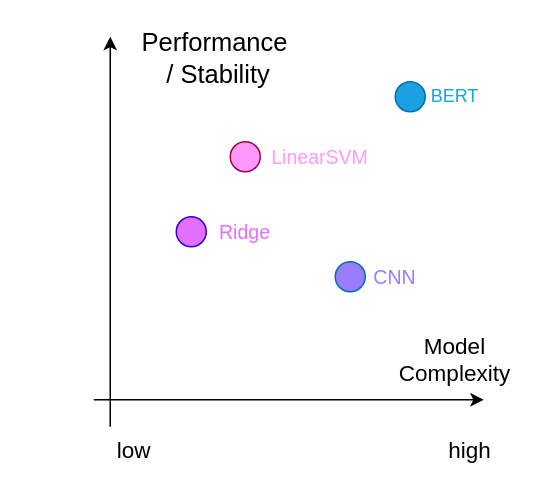
The draw.io diagram page "5.3" (6 of 6) of chart/chapter 3/chapter 3.drawio in ppipppiu/thesis, before the edit. Source tidied: cells renumbered, new cells numbered last; positions are measured from the earlier drawing's top-left corner, leaving out a move shared by most shapes. Both pictures are drawn from the tidied source at 150%, with x=0, y=0 at pixel (86, 36).
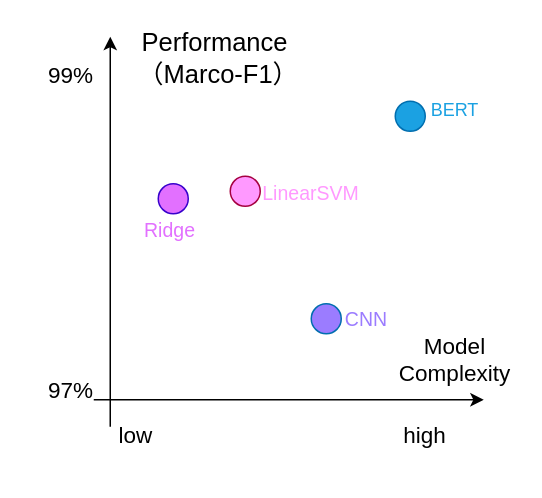
The same page after the edit.

Diff of the diagram source:
```diff
@@
 <mxGraphModel>
   <root>
     <mxCell id="0" />
     <mxCell id="1" parent="0" />
     <mxCell id="2" style="endArrow=classic;html=1;rounded=0;" parent="1" edge="1">
       <mxGeometry relative="1" as="geometry">
         <mxPoint x="5" y="242" as="sourcePoint" />
         <mxPoint x="265" y="242" as="targetPoint" />
       </mxGeometry>
     </mxCell>
     <mxCell id="3" style="endArrow=classic;html=1;rounded=0;" parent="1" edge="1">
       <mxGeometry relative="1" as="geometry">
         <mxPoint x="16" y="260" as="sourcePoint" />
         <mxPoint x="16" as="targetPoint" />
       </mxGeometry>
     </mxCell>
-    <mxCell id="4" value="&lt;font style=&quot;font-size: 17px;&quot;&gt;Performance&lt;/font&gt;&lt;div&gt;&lt;font style=&quot;font-size: 17px;&quot;&gt;&amp;nbsp;/ Stability&lt;/font&gt;&lt;/div&gt;" style="text;html=1;whiteSpace=wrap;strokeColor=none;fillColor=none;align=center;verticalAlign=middle;rounded=0;" parent="1" vertex="1">
+    <mxCell id="4" value="&lt;font style=&quot;font-size: 17px;&quot;&gt;Performance&lt;/font&gt;&lt;div&gt;&lt;font style=&quot;font-size: 17px;&quot;&gt;&amp;nbsp;（Marco-F1）&lt;/font&gt;&lt;/div&gt;" style="text;html=1;whiteSpace=wrap;strokeColor=none;fillColor=none;align=center;verticalAlign=middle;rounded=0;" parent="1" vertex="1">
       <mxGeometry x="26" width="120" height="30" as="geometry" />
     </mxCell>
     <mxCell id="5" value="&lt;font style=&quot;font-size: 15px;&quot;&gt;Model Complexity&lt;/font&gt;" style="text;html=1;whiteSpace=wrap;strokeColor=none;fillColor=none;align=center;verticalAlign=middle;rounded=0;" parent="1" vertex="1">
       <mxGeometry x="216" y="200" width="60" height="30" as="geometry" />
     </mxCell>
-    <mxCell id="6" value="&lt;font style=&quot;font-size: 15px;&quot;&gt;&amp;nbsp;low&lt;/font&gt;" style="text;html=1;whiteSpace=wrap;strokeColor=none;fillColor=none;align=center;verticalAlign=middle;rounded=0;" parent="1" vertex="1">
-      <mxGeometry y="260" width="60" height="30" as="geometry" />
+    <mxCell id="6" value="&lt;span style=&quot;font-size: 15px;&quot;&gt;97%&lt;/span&gt;" style="text;html=1;whiteSpace=wrap;strokeColor=none;fillColor=none;align=center;verticalAlign=middle;rounded=0;" parent="1" vertex="1">
+      <mxGeometry x="-40" y="220" width="60" height="30" as="geometry" />
     </mxCell>
     <mxCell id="7" value="&lt;font style=&quot;font-size: 15px;&quot;&gt;high&lt;/font&gt;" style="text;html=1;whiteSpace=wrap;strokeColor=none;fillColor=none;align=center;verticalAlign=middle;rounded=0;" parent="1" vertex="1">
-      <mxGeometry x="226" y="260" width="60" height="30" as="geometry" />
+      <mxGeometry x="196" y="250" width="60" height="30" as="geometry" />
     </mxCell>
     <mxCell id="8" style="ellipse;whiteSpace=wrap;html=1;fillColor=#1ba1e2;fontColor=#ffffff;strokeColor=#006EAF;" parent="1" vertex="1">
-      <mxGeometry x="206" y="30" width="20" height="20" as="geometry" />
+      <mxGeometry x="206" y="43" width="20" height="20" as="geometry" />
     </mxCell>
     <mxCell id="9" value="&lt;span style=&quot;color: light-dark(rgb(26, 161, 226), rgb(43, 182, 241));&quot;&gt;BERT&lt;/span&gt;" style="text;html=1;whiteSpace=wrap;strokeColor=none;fillColor=none;align=center;verticalAlign=middle;rounded=0;" parent="1" vertex="1">
-      <mxGeometry x="216" y="25" width="60" height="30" as="geometry" />
+      <mxGeometry x="216" y="34" width="60" height="30" as="geometry" />
     </mxCell>
     <mxCell id="10" style="ellipse;whiteSpace=wrap;html=1;fillColor=light-dark(#9B7CFF,#0877B6);fontColor=#ffffff;strokeColor=#006EAF;" parent="1" vertex="1">
-      <mxGeometry x="166" y="150" width="20" height="20" as="geometry" />
+      <mxGeometry x="150" y="178" width="20" height="20" as="geometry" />
     </mxCell>
     <mxCell id="11" value="&lt;font style=&quot;font-size: 13px; color: light-dark(rgb(155, 124, 255), rgb(109, 178, 255));&quot;&gt;CNN&lt;/font&gt;" style="text;html=1;whiteSpace=wrap;strokeColor=none;fillColor=none;align=center;verticalAlign=middle;rounded=0;" parent="1" vertex="1">
-      <mxGeometry x="176" y="145" width="60" height="30" as="geometry" />
+      <mxGeometry x="157" y="173" width="60" height="30" as="geometry" />
     </mxCell>
     <mxCell id="12" style="ellipse;whiteSpace=wrap;html=1;fillColor=#FF99FF;fontColor=#ffffff;strokeColor=#A50040;" parent="1" vertex="1">
-      <mxGeometry x="96" y="70" width="20" height="20" as="geometry" />
+      <mxGeometry x="96" y="93" width="20" height="20" as="geometry" />
     </mxCell>
     <mxCell id="13" value="&lt;font style=&quot;font-size: 13px; color: light-dark(rgb(255, 153, 255), rgb(255, 145, 243));&quot;&gt;LinearSVM&lt;/font&gt;" style="text;html=1;whiteSpace=wrap;strokeColor=none;fillColor=none;align=center;verticalAlign=middle;rounded=0;" parent="1" vertex="1">
-      <mxGeometry x="126" y="65" width="60" height="30" as="geometry" />
+      <mxGeometry x="120" y="89" width="60" height="30" as="geometry" />
     </mxCell>
     <mxCell id="14" style="ellipse;whiteSpace=wrap;html=1;fillColor=#E270FF;fontColor=#ffffff;strokeColor=#3700CC;" parent="1" vertex="1">
-      <mxGeometry x="60" y="120" width="20" height="20" as="geometry" />
+      <mxGeometry x="48" y="98" width="20" height="20" as="geometry" />
     </mxCell>
     <mxCell id="15" value="&lt;font style=&quot;font-size: 13px; color: light-dark(rgb(226, 112, 255), rgb(255, 167, 255));&quot;&gt;Ridge&lt;/font&gt;" style="text;html=1;whiteSpace=wrap;strokeColor=none;fillColor=none;align=center;verticalAlign=middle;rounded=0;" parent="1" vertex="1">
-      <mxGeometry x="76" y="115" width="60" height="30" as="geometry" />
+      <mxGeometry x="26" y="114" width="60" height="30" as="geometry" />
     </mxCell>
+    <mxCell id="16" value="&lt;font style=&quot;font-size: 15px;&quot;&gt;low&lt;/font&gt;" style="text;whiteSpace=wrap;html=1;" parent="1" vertex="1">
+      <mxGeometry x="20" y="250" width="60" height="40" as="geometry" />
+    </mxCell>
+    <mxCell id="17" value="&lt;font style=&quot;font-size: 15px;&quot;&gt;99%&lt;/font&gt;" style="text;html=1;whiteSpace=wrap;strokeColor=none;fillColor=none;align=center;verticalAlign=middle;rounded=0;fontSize=16;" parent="1" vertex="1">
+      <mxGeometry x="-35" y="10" width="50" height="30" as="geometry" />
+    </mxCell>
   </root>
 </mxGraphModel>
```
